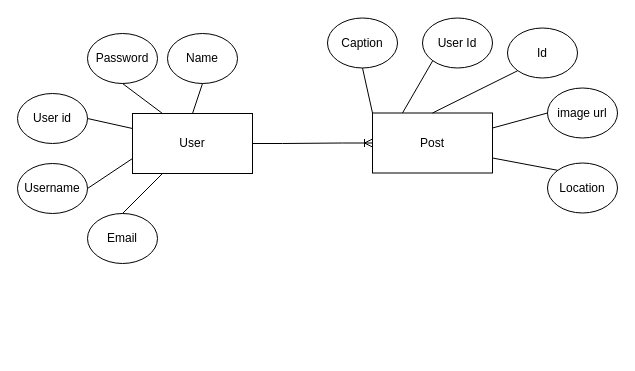
Above: socio.drawio in meethariya/Socio (draw.io), before the change. Source tidied: cells renumbered, new cells numbered last; positions are measured from the earlier drawing's top-left corner, leaving out a move shared by most shapes. Both pictures are drawn from the tidied source at 100%, with x=0, y=0 at pixel (17, 17).
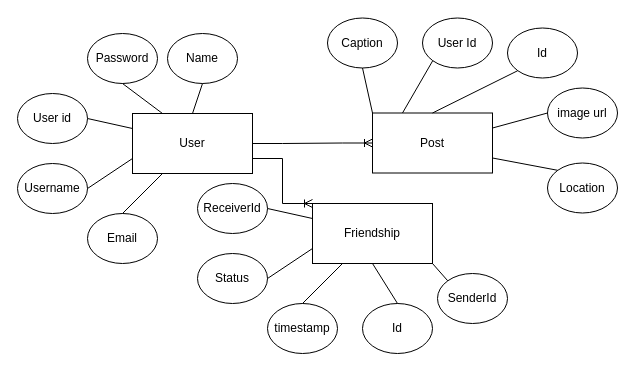
The same page after the edit.

The change refers to these unchanged cells:
```xml
<mxCell id="2" value="User" style="rounded=0;whiteSpace=wrap;html=1;" parent="1" vertex="1">
  <mxGeometry x="115" y="96" width="120" height="60" as="geometry" />
</mxCell>
```

What changed in the source:
```diff
@@
+    <mxCell id="25" value="Friendship" style="rounded=0;whiteSpace=wrap;html=1;" parent="1" vertex="1">
+      <mxGeometry x="295" y="186" width="120" height="60" as="geometry" />
+    </mxCell>
+    <mxCell id="26" value="ReceiverId" style="ellipse;whiteSpace=wrap;html=1;" parent="1" vertex="1">
+      <mxGeometry x="180" y="166" width="70" height="50" as="geometry" />
+    </mxCell>
+    <mxCell id="27" value="Status" style="ellipse;whiteSpace=wrap;html=1;" parent="1" vertex="1">
+      <mxGeometry x="180" y="236" width="70" height="50" as="geometry" />
+    </mxCell>
+    <mxCell id="28" value="timestamp" style="ellipse;whiteSpace=wrap;html=1;" parent="1" vertex="1">
+      <mxGeometry x="250" y="286" width="70" height="50" as="geometry" />
+    </mxCell>
+    <mxCell id="29" value="SenderId" style="ellipse;whiteSpace=wrap;html=1;" parent="1" vertex="1">
+      <mxGeometry x="420" y="256" width="70" height="50" as="geometry" />
+    </mxCell>
+    <mxCell id="30" value="Id" style="ellipse;whiteSpace=wrap;html=1;" parent="1" vertex="1">
+      <mxGeometry x="345" y="286" width="70" height="50" as="geometry" />
+    </mxCell>
+    <mxCell id="31" style="endArrow=none;html=1;rounded=0;entryX=0;entryY=0;entryDx=0;entryDy=0;exitX=1;exitY=1;exitDx=0;exitDy=0;" parent="1" edge="1" source="25" target="29">
+      <mxGeometry relative="1" as="geometry" />
+    </mxCell>
+    <mxCell id="32" style="endArrow=none;html=1;rounded=0;entryX=0.5;entryY=0;entryDx=0;entryDy=0;exitX=0.5;exitY=1;exitDx=0;exitDy=0;" parent="1" edge="1" source="25" target="30">
+      <mxGeometry relative="1" as="geometry" />
+    </mxCell>
+    <mxCell id="33" style="endArrow=none;html=1;rounded=0;entryX=1;entryY=0.5;entryDx=0;entryDy=0;exitX=0;exitY=0.25;exitDx=0;exitDy=0;" parent="1" edge="1" source="25" target="26">
+      <mxGeometry relative="1" as="geometry" />
+    </mxCell>
+    <mxCell id="34" style="endArrow=none;html=1;rounded=0;entryX=1;entryY=0.5;entryDx=0;entryDy=0;exitX=0;exitY=0.75;exitDx=0;exitDy=0;" parent="1" edge="1" source="25" target="27">
+      <mxGeometry relative="1" as="geometry" />
+    </mxCell>
+    <mxCell id="35" style="endArrow=none;html=1;rounded=0;entryX=0.5;entryY=0;entryDx=0;entryDy=0;exitX=0.25;exitY=1;exitDx=0;exitDy=0;" parent="1" edge="1" source="25" target="28">
+      <mxGeometry relative="1" as="geometry" />
+    </mxCell>
+    <mxCell id="36" style="edgeStyle=entityRelationEdgeStyle;fontSize=12;html=1;endArrow=ERoneToMany;rounded=0;exitX=1;exitY=0.75;exitDx=0;exitDy=0;entryX=0;entryY=0;entryDx=0;entryDy=0;" parent="1" edge="1" source="2" target="25">
+      <mxGeometry relative="1" as="geometry" />
+    </mxCell>
```
